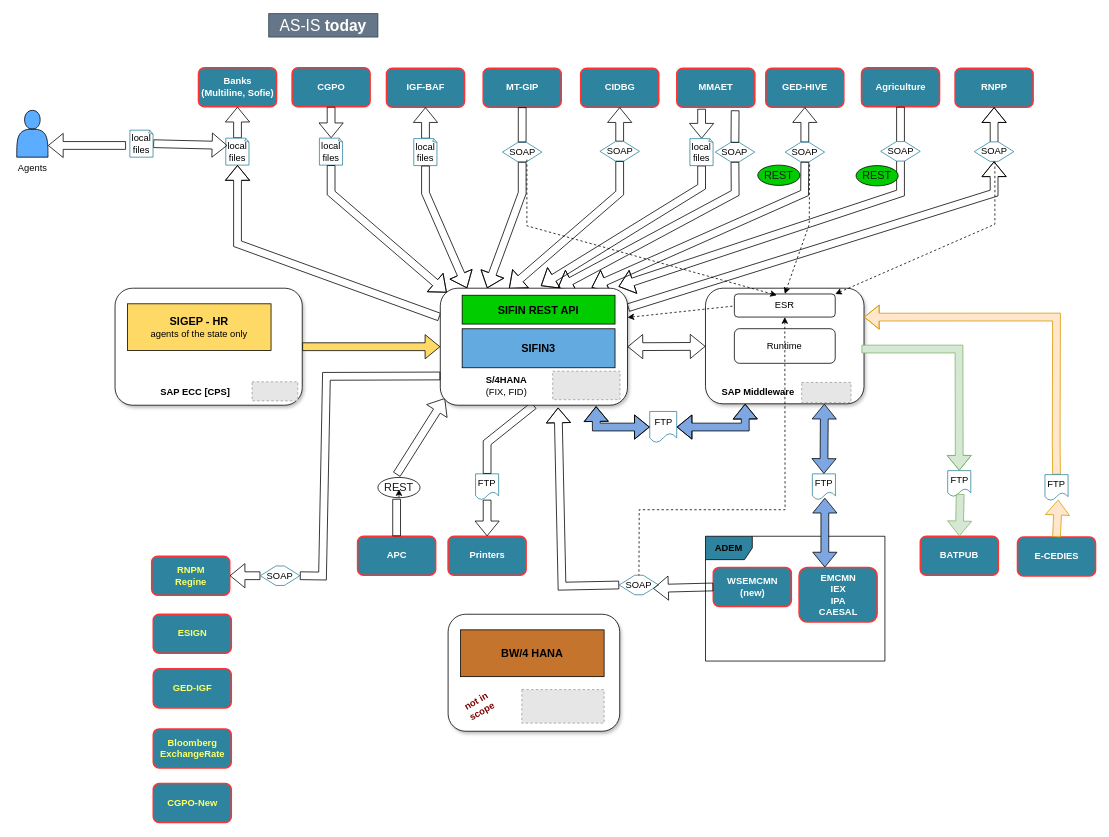
This is page "ToBE-Detailed" (5 of 7) of my_diagram.drawio from efelman/my_diagrams, a draw.io file, before an edit. Source tidied: cells renumbered, new cells numbered last; positions are measured from the earlier drawing's top-left corner, leaving out a move shared by most shapes. Both pictures are drawn from the tidied source at 78%, with x=0, y=0 at pixel (13, 13). Pictures stored in the file or linked from it are replaced by grey dashed boxes.
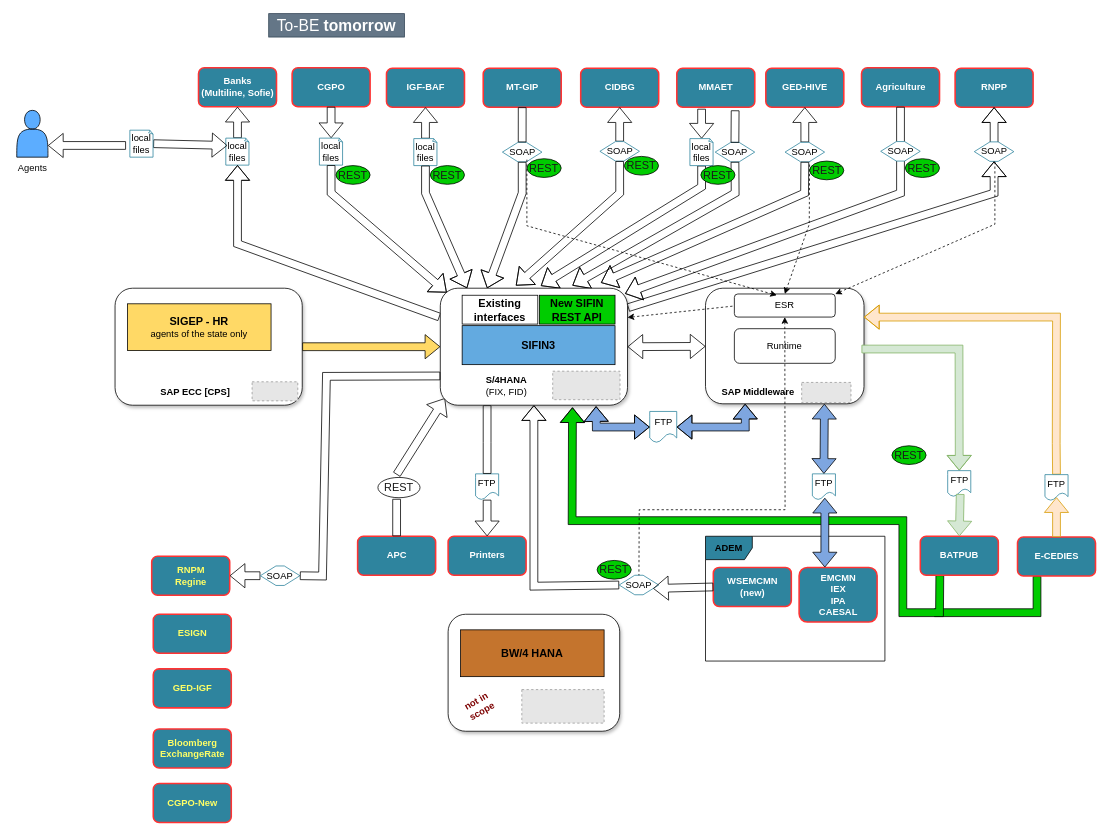
The same diagram, later.

Commit message:
New SIFIN API added.drawio

The change refers to these unchanged cells:
```xml
<mxCell id="22" value="SOAP" style="shape=hexagon;perimeter=hexagonPerimeter2;whiteSpace=wrap;html=1;fixedSize=1;strokeColor=#2E849E;" parent="1" vertex="1">
  <mxGeometry x="751.6" y="164" width="50.7" height="25" as="geometry" />
</mxCell>
<mxCell id="25" value="SOAP" style="shape=hexagon;perimeter=hexagonPerimeter2;whiteSpace=wrap;html=1;fixedSize=1;strokeColor=#2E849E;" parent="1" vertex="1">
  <mxGeometry x="899.4" y="165" width="50.7" height="25" as="geometry" />
</mxCell>
<mxCell id="37" value="SOAP" style="shape=hexagon;perimeter=hexagonPerimeter2;whiteSpace=wrap;html=1;fixedSize=1;strokeColor=#2E849E;" parent="1" vertex="1">
  <mxGeometry x="989" y="165" width="50.7" height="25" as="geometry" />
</mxCell>
<mxCell id="48" value="&lt;font color=&quot;#ffffff&quot;&gt;Agriculture&lt;/font&gt;" style="dashed=0;html=1;rounded=1;fillColor=#2E849E;strokeColor=#FF3333;fontSize=12;align=center;fontStyle=1;strokeWidth=2;fontColor=#42526E;" parent="1" vertex="1">
  <mxGeometry x="1087" y="69.4" width="100" height="50" as="geometry" />
</mxCell>
<mxCell id="56" value="FTP" style="shape=document;whiteSpace=wrap;html=1;boundedLbl=1;fillColor=#FFFFFF;strokeColor=#2E849E;" parent="1" vertex="1">
  <mxGeometry x="592.2" y="590" width="29.6" height="33.2" as="geometry" />
</mxCell>
<mxCell id="58" value="&lt;font color=&quot;#ffffff&quot;&gt;E-CEDIES&lt;/font&gt;" style="dashed=0;html=1;rounded=1;fillColor=#2E849E;strokeColor=#FF3333;fontSize=12;align=center;fontStyle=1;strokeWidth=2;fontColor=#42526E;" parent="1" vertex="1">
  <mxGeometry x="1287" y="671" width="100" height="50" as="geometry" />
</mxCell>
<mxCell id="60" value="FTP" style="shape=document;whiteSpace=wrap;html=1;boundedLbl=1;fillColor=#FFFFFF;strokeColor=#2E849E;" parent="1" vertex="1">
  <mxGeometry x="1322.2" y="591" width="29.6" height="33.2" as="geometry" />
</mxCell>
<mxCell id="68" value="&lt;font color=&quot;#ffffff&quot;&gt;BATPUB&lt;/font&gt;" style="dashed=0;html=1;rounded=1;fillColor=#2E849E;strokeColor=#FF3333;fontSize=12;align=center;fontStyle=1;strokeWidth=2;fontColor=#42526E;gradientColor=none;" parent="1" vertex="1">
  <mxGeometry x="1162.4" y="670" width="100" height="50" as="geometry" />
</mxCell>
<mxCell id="74" value="SOAP" style="shape=hexagon;perimeter=hexagonPerimeter2;whiteSpace=wrap;html=1;fixedSize=1;strokeColor=#2E849E;" parent="1" vertex="1">
  <mxGeometry x="776.3" y="720" width="50.7" height="25" as="geometry" />
</mxCell>
<mxCell id="85" value="REST" style="ellipse;whiteSpace=wrap;html=1;fontSize=14;fontColor=#191919;fillColor=none;gradientColor=none;" parent="1" vertex="1">
  <mxGeometry x="467" y="594.6" width="54" height="26" as="geometry" />
</mxCell>
<mxCell id="90" style="rounded=1;whiteSpace=wrap;html=1;shadow=1;glass=0;sketch=0;" parent="89" vertex="1">
  <mxGeometry width="240" height="150" as="geometry" />
</mxCell>
```

The edit, as a diff of the source:
```diff
@@
+    <mxCell id="115" style="shape=flexArrow;endArrow=none;html=1;rounded=0;fontColor=#FFFFFF;startArrow=none;exitX=0.25;exitY=1;exitDx=0;exitDy=0;fillColor=#00CC00;" parent="1" edge="1" source="58">
+      <mxGeometry relative="1" as="geometry">
+        <mxPoint x="1180" y="768" as="targetPoint" />
+        <Array as="points">
+          <mxPoint x="1312" y="768" />
+        </Array>
+      </mxGeometry>
+    </mxCell>
+    <mxCell id="116" style="shape=flexArrow;endArrow=classic;html=1;rounded=0;fontSize=14;fontColor=#FFFF66;fillColor=#00CC00;exitX=0.25;exitY=1;exitDx=0;exitDy=0;entryX=0.706;entryY=1.018;entryDx=0;entryDy=0;entryPerimeter=0;" parent="1" edge="1" source="68" target="90">
+      <mxGeometry relative="1" as="geometry">
+        <Array as="points">
+          <mxPoint x="1187" y="768" />
+          <mxPoint x="1140" y="768" />
+          <mxPoint x="1140" y="650" />
+          <mxPoint x="716" y="650" />
+        </Array>
+      </mxGeometry>
+    </mxCell>
-    <mxCell id="2" value="&lt;font style=&quot;font-size: 20px&quot;&gt;AS-IS&lt;b&gt; today&lt;/b&gt;&lt;/font&gt;" style="text;html=1;strokeColor=#314354;fillColor=#647687;align=center;verticalAlign=middle;whiteSpace=wrap;rounded=0;fontColor=#ffffff;" parent="1" vertex="1">
-      <mxGeometry x="327" width="140" height="30" as="geometry" />
+    <mxCell id="2" value="&lt;span style=&quot;font-size: 20px&quot;&gt;To-BE&lt;b&gt; tomorrow&lt;/b&gt;&lt;/span&gt;" style="text;html=1;strokeColor=#314354;fillColor=#647687;align=center;verticalAlign=middle;whiteSpace=wrap;rounded=0;fontColor=#ffffff;" parent="1" vertex="1">
+      <mxGeometry x="327" width="174" height="30" as="geometry" />
     </mxCell>
@@
-    <mxCell id="23" style="shape=flexArrow;endArrow=none;startArrow=classic;html=1;rounded=0;fontColor=#FFFFFF;entryX=0.5;entryY=1;entryDx=0;entryDy=0;exitX=0.367;exitY=0.004;exitDx=0;exitDy=0;exitPerimeter=0;" parent="1" edge="1" target="22">
+    <mxCell id="23" style="shape=flexArrow;endArrow=none;startArrow=classic;html=1;rounded=0;fontColor=#FFFFFF;entryX=0.5;entryY=1;entryDx=0;entryDy=0;exitX=0.404;exitY=-0.023;exitDx=0;exitDy=0;exitPerimeter=0;" parent="1" edge="1" source="90" target="22">
       <mxGeometry relative="1" as="geometry">
-        <mxPoint x="635.1" y="352.6" as="sourcePoint" />
         <Array as="points">
           <mxPoint x="777" y="230" />
         </Array>
       </mxGeometry>
     </mxCell>
@@
-    <mxCell id="26" style="shape=flexArrow;endArrow=none;startArrow=classic;html=1;rounded=0;fontColor=#FFFFFF;entryX=0.5;entryY=1;entryDx=0;entryDy=0;exitX=0.627;exitY=0;exitDx=0;exitDy=0;exitPerimeter=0;" parent="1" edge="1" target="25">
+    <mxCell id="26" style="shape=flexArrow;endArrow=none;startArrow=classic;html=1;rounded=0;fontColor=#FFFFFF;entryX=0.5;entryY=1;entryDx=0;entryDy=0;exitX=0.706;exitY=-0.023;exitDx=0;exitDy=0;exitPerimeter=0;" parent="1" edge="1" source="90" target="25">
       <mxGeometry relative="1" as="geometry">
-        <mxPoint x="697.5" y="352" as="sourcePoint" />
         <Array as="points">
           <mxPoint x="925" y="230" />
         </Array>
       </mxGeometry>
     </mxCell>
@@
-    <mxCell id="38" style="shape=flexArrow;endArrow=none;startArrow=classic;html=1;rounded=0;fontColor=#FFFFFF;entryX=0.5;entryY=1;entryDx=0;entryDy=0;exitX=0.808;exitY=-0.005;exitDx=0;exitDy=0;exitPerimeter=0;" parent="1" edge="1" target="37">
+    <mxCell id="38" style="shape=flexArrow;endArrow=none;startArrow=classic;html=1;rounded=0;fontColor=#FFFFFF;entryX=0.5;entryY=1;entryDx=0;entryDy=0;" parent="1" edge="1" target="37">
       <mxGeometry relative="1" as="geometry">
-        <mxPoint x="740.9" y="351.2" as="sourcePoint" />
+        <mxPoint x="753" y="345" as="sourcePoint" />
         <Array as="points">
           <mxPoint x="1014" y="230" />
         </Array>
       </mxGeometry>
     </mxCell>
@@
-    <mxCell id="49" style="shape=flexArrow;endArrow=classic;html=1;rounded=0;fontColor=#FFFFFF;exitX=0.5;exitY=1;exitDx=0;exitDy=0;entryX=0.952;entryY=-0.013;entryDx=0;entryDy=0;entryPerimeter=0;" parent="1" edge="1" source="48">
+    <mxCell id="49" style="shape=flexArrow;endArrow=classic;html=1;rounded=0;fontColor=#FFFFFF;exitX=0.5;exitY=1;exitDx=0;exitDy=0;entryX=0.987;entryY=0.047;entryDx=0;entryDy=0;entryPerimeter=0;" parent="1" edge="1" source="48" target="90">
       <mxGeometry relative="1" as="geometry">
-        <mxPoint x="775.5" y="350" as="targetPoint" />
         <Array as="points">
           <mxPoint x="1137" y="230" />
         </Array>
       </mxGeometry>
     </mxCell>
@@
-    <mxCell id="57" style="shape=flexArrow;endArrow=none;html=1;rounded=0;fontColor=#FFFFFF;entryX=0.5;entryY=0;entryDx=0;entryDy=0;exitX=0.5;exitY=1;exitDx=0;exitDy=0;" parent="1" edge="1" target="56">
+    <mxCell id="57" style="shape=flexArrow;endArrow=none;html=1;rounded=0;fontColor=#FFFFFF;entryX=0.5;entryY=0;entryDx=0;entryDy=0;exitX=0.25;exitY=1;exitDx=0;exitDy=0;" parent="1" edge="1" source="90" target="56">
       <mxGeometry relative="1" as="geometry">
-        <mxPoint x="667" y="502" as="sourcePoint" />
         <Array as="points">
           <mxPoint x="607" y="550" />
         </Array>
       </mxGeometry>
     </mxCell>
@@
-    <mxCell id="63" style="shape=flexArrow;endArrow=classic;html=1;rounded=0;fontColor=#FFFFFF;fillColor=none;entryX=0.629;entryY=1.02;entryDx=0;entryDy=0;entryPerimeter=0;startArrow=none;exitX=0;exitY=0.5;exitDx=0;exitDy=0;" parent="1" edge="1" source="74">
+    <mxCell id="63" style="shape=flexArrow;endArrow=classic;html=1;rounded=0;fontColor=#FFFFFF;fillColor=none;entryX=0.5;entryY=1;entryDx=0;entryDy=0;startArrow=none;exitX=0;exitY=0.5;exitDx=0;exitDy=0;" parent="1" edge="1" source="74" target="90">
       <mxGeometry relative="1" as="geometry">
-        <mxPoint x="698" y="505" as="targetPoint" />
         <Array as="points">
-          <mxPoint x="703" y="734" />
+          <mxPoint x="667" y="734" />
         </Array>
       </mxGeometry>
     </mxCell>
@@
-    <mxCell id="72" style="shape=flexArrow;endArrow=classic;html=1;rounded=0;exitX=0.5;exitY=0;exitDx=0;exitDy=0;entryX=0.573;entryY=0.97;entryDx=0;entryDy=0;entryPerimeter=0;fillColor=#ffe6cc;strokeColor=#d79b00;" parent="1" edge="1" source="58" target="60">
-      <mxGeometry relative="1" as="geometry" />
+    <mxCell id="72" style="shape=flexArrow;endArrow=classic;html=1;rounded=0;exitX=0.5;exitY=0;exitDx=0;exitDy=0;fillColor=#ffe6cc;strokeColor=#d79b00;" parent="1" edge="1" source="58">
+      <mxGeometry relative="1" as="geometry">
+        <mxPoint x="1337" y="620" as="targetPoint" />
+      </mxGeometry>
     </mxCell>
@@
     <mxCell id="89" style="group;" parent="1" vertex="1">
-      <mxGeometry x="547" y="352" width="240" height="150" as="geometry" />
+      <mxGeometry x="547" y="352" width="253.8" height="150" as="geometry" />
     </mxCell>
@@
     <mxCell id="93" value="&lt;b&gt;&lt;font style=&quot;font-size: 14px&quot;&gt;SIFIN3&lt;/font&gt;&lt;/b&gt;" style="rounded=0;whiteSpace=wrap;html=1;fillColor=#63AAE0;" parent="89" vertex="1">
-      <mxGeometry x="28" y="52" width="196" height="50" as="geometry" />
+      <mxGeometry x="28" y="48" width="196" height="50" as="geometry" />
     </mxCell>
-    <mxCell id="94" value="&lt;b&gt;&lt;font style=&quot;font-size: 14px&quot;&gt;SIFIN REST API&lt;/font&gt;&lt;/b&gt;" style="rounded=0;whiteSpace=wrap;html=1;fillColor=#00CC00;" parent="89" vertex="1">
-      <mxGeometry x="28" y="9" width="196" height="37" as="geometry" />
+    <mxCell id="94" value="&lt;b&gt;&lt;font style=&quot;font-size: 14px&quot;&gt;New SIFIN REST API&lt;/font&gt;&lt;/b&gt;" style="rounded=0;whiteSpace=wrap;html=1;fillColor=#00CC00;" parent="89" vertex="1">
+      <mxGeometry x="127" y="9" width="97" height="37" as="geometry" />
     </mxCell>
+    <mxCell id="117" value="&lt;b&gt;&lt;font style=&quot;font-size: 14px&quot;&gt;Existing interfaces&lt;/font&gt;&lt;/b&gt;" style="rounded=0;whiteSpace=wrap;html=1;fillColor=none;" parent="89" vertex="1">
+      <mxGeometry x="28" y="9" width="97" height="37" as="geometry" />
+    </mxCell>
@@
-    <mxCell id="112" style="edgeStyle=orthogonalEdgeStyle;rounded=0;orthogonalLoop=1;jettySize=auto;html=1;exitX=0.5;exitY=1;exitDx=0;exitDy=0;entryX=0.5;entryY=0.578;entryDx=0;entryDy=0;entryPerimeter=0;fontSize=14;fontColor=#FFFF66;fillColor=none;" parent="1" edge="1" source="85" target="85">
-      <mxGeometry relative="1" as="geometry" />
-    </mxCell>
-    <mxCell id="113" value="REST" style="ellipse;whiteSpace=wrap;html=1;fontSize=14;fontColor=#191919;fillColor=#00CC00;gradientColor=none;" parent="1" vertex="1">
-      <mxGeometry x="1080" y="194.8" width="54" height="26" as="geometry" />
-    </mxCell>
-    <mxCell id="114" value="REST" style="ellipse;whiteSpace=wrap;html=1;fontSize=14;fontColor=#191919;fillColor=#00CC00;gradientColor=none;" parent="1" vertex="1">
-      <mxGeometry x="954" y="194.2" width="54" height="26" as="geometry" />
-    </mxCell>
+    <mxCell id="118" value="REST" style="ellipse;whiteSpace=wrap;html=1;fontSize=14;fontColor=#191919;fillColor=#00CC00;gradientColor=none;" parent="1" vertex="1">
+      <mxGeometry x="1143.2" y="186" width="43.8" height="24" as="geometry" />
+    </mxCell>
+    <mxCell id="119" value="REST" style="ellipse;whiteSpace=wrap;html=1;fontSize=14;fontColor=#191919;fillColor=#00CC00;gradientColor=none;" parent="1" vertex="1">
+      <mxGeometry x="1020.5" y="189" width="43.8" height="24" as="geometry" />
+    </mxCell>
+    <mxCell id="120" value="REST" style="ellipse;whiteSpace=wrap;html=1;fontSize=14;fontColor=#191919;fillColor=#00CC00;gradientColor=none;" parent="1" vertex="1">
+      <mxGeometry x="783" y="183" width="43.8" height="24" as="geometry" />
+    </mxCell>
+    <mxCell id="121" value="REST" style="ellipse;whiteSpace=wrap;html=1;fontSize=14;fontColor=#191919;fillColor=#00CC00;gradientColor=none;" parent="1" vertex="1">
+      <mxGeometry x="658.2" y="186" width="43.8" height="24" as="geometry" />
+    </mxCell>
+    <mxCell id="122" value="REST" style="ellipse;whiteSpace=wrap;html=1;fontSize=14;fontColor=#191919;fillColor=#00CC00;gradientColor=none;" parent="1" vertex="1">
+      <mxGeometry x="881" y="194.8" width="43.8" height="24" as="geometry" />
+    </mxCell>
+    <mxCell id="123" value="REST" style="ellipse;whiteSpace=wrap;html=1;fontSize=14;fontColor=#191919;fillColor=#00CC00;gradientColor=none;" parent="1" vertex="1">
+      <mxGeometry x="534.2" y="194.8" width="43.8" height="24" as="geometry" />
+    </mxCell>
+    <mxCell id="124" value="REST" style="ellipse;whiteSpace=wrap;html=1;fontSize=14;fontColor=#191919;fillColor=#00CC00;gradientColor=none;" parent="1" vertex="1">
+      <mxGeometry x="413.2" y="194.8" width="43.8" height="24" as="geometry" />
+    </mxCell>
+    <mxCell id="125" value="REST" style="ellipse;whiteSpace=wrap;html=1;fontSize=14;fontColor=#191919;fillColor=#00CC00;gradientColor=none;" parent="1" vertex="1">
+      <mxGeometry x="748" y="701" width="43.8" height="24" as="geometry" />
+    </mxCell>
+    <mxCell id="126" value="REST" style="ellipse;whiteSpace=wrap;html=1;fontSize=14;fontColor=#191919;fillColor=#00CC00;gradientColor=none;" parent="1" vertex="1">
+      <mxGeometry x="1126" y="554" width="43.8" height="24" as="geometry" />
+    </mxCell>
```
